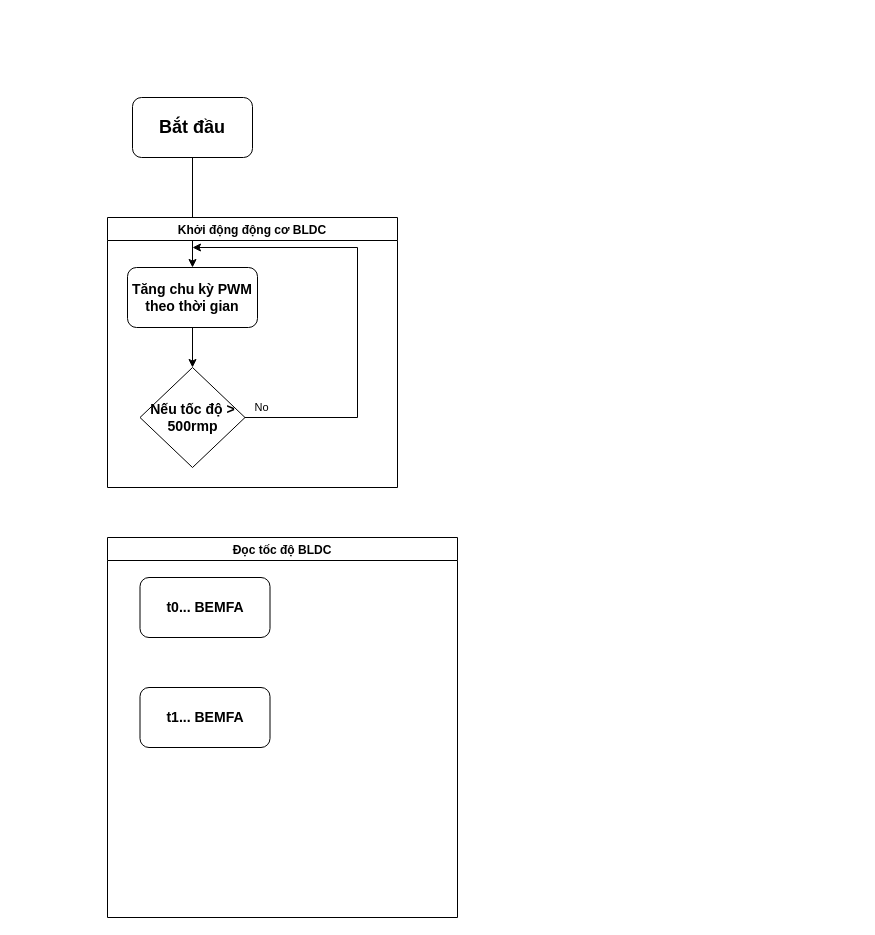
Before: Controller_Sensorless_Diagram.drawio in ducphan2003/demo, a draw.io diagram. Source tidied: cells renumbered, new cells numbered last; positions are measured from the earlier drawing's top-left corner, leaving out a move shared by most shapes. Both pictures are drawn from the tidied source at 100%, with x=0, y=0 at pixel (107, 97).
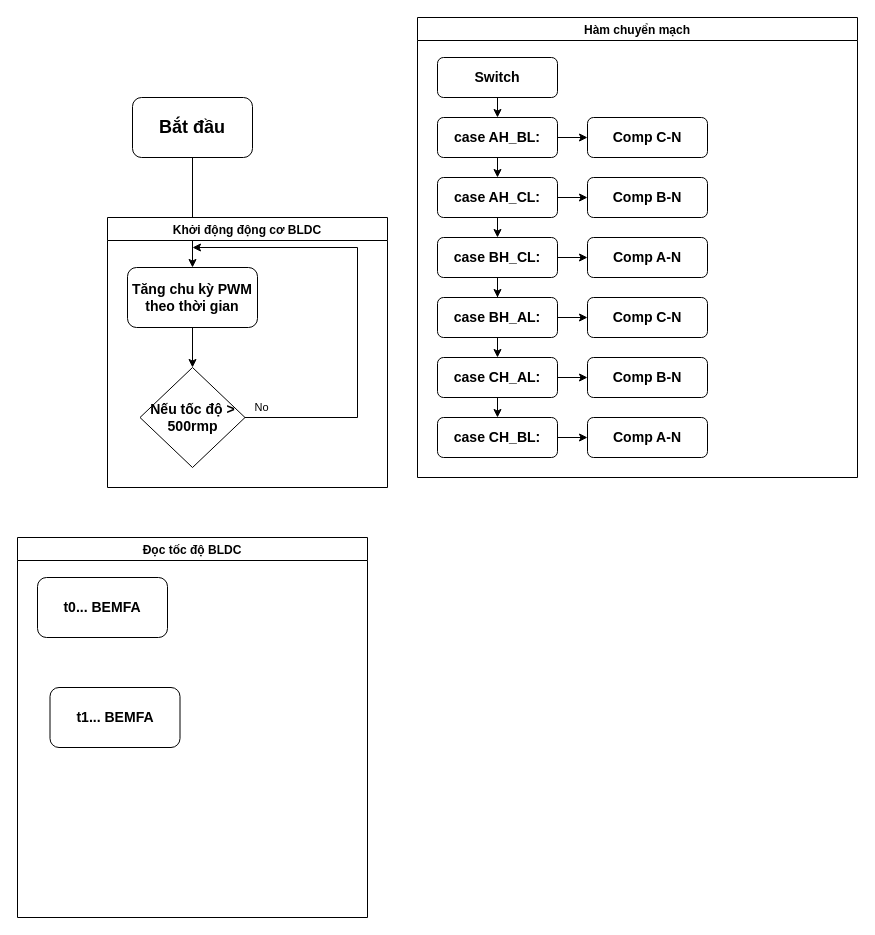
The same page after the edit.

Diff of the diagram source:
```diff
@@
     <mxCell id="4" value="Khởi động động cơ BLDC" style="swimlane;" parent="1" vertex="1">
-      <mxGeometry y="120" width="290" height="270" as="geometry" />
+      <mxGeometry y="120" width="280" height="270" as="geometry" />
     </mxCell>
@@
     <mxCell id="9" value="Đọc tốc độ BLDC" style="swimlane;" parent="1" vertex="1">
-      <mxGeometry y="440" width="350" height="380" as="geometry" />
+      <mxGeometry x="-90" y="440" width="350" height="380" as="geometry" />
     </mxCell>
     <mxCell id="10" value="&lt;h3&gt;t0... BEMFA&lt;/h3&gt;" style="rounded=1;whiteSpace=wrap;html=1;" parent="9" vertex="1">
-      <mxGeometry x="32.5" y="40" width="130" height="60" as="geometry" />
+      <mxGeometry x="20" y="40" width="130" height="60" as="geometry" />
     </mxCell>
@@
+    <mxCell id="12" value="Hàm chuyển mạch" style="swimlane;" parent="1" vertex="1">
+      <mxGeometry x="310" y="-80" width="440" height="460" as="geometry" />
+    </mxCell>
+    <mxCell id="13" style="edgeStyle=orthogonalEdgeStyle;rounded=0;jettySize=auto;html=1;exitX=0.5;exitY=1;exitDx=0;exitDy=0;entryX=0.5;entryY=0;entryDx=0;entryDy=0;" parent="12" edge="1" source="14" target="17">
+      <mxGeometry relative="1" as="geometry" />
+    </mxCell>
+    <mxCell id="14" value="&lt;h3&gt;Switch&lt;/h3&gt;" style="rounded=1;whiteSpace=wrap;html=1;" parent="12" vertex="1">
+      <mxGeometry x="20" y="40" width="120" height="40" as="geometry" />
+    </mxCell>
+    <mxCell id="15" style="edgeStyle=orthogonalEdgeStyle;rounded=0;jettySize=auto;html=1;exitX=0.5;exitY=1;exitDx=0;exitDy=0;entryX=0.5;entryY=0;entryDx=0;entryDy=0;" parent="12" edge="1" source="17" target="20">
+      <mxGeometry relative="1" as="geometry" />
+    </mxCell>
+    <mxCell id="16" style="edgeStyle=orthogonalEdgeStyle;rounded=0;jettySize=auto;html=1;exitX=1;exitY=0.5;exitDx=0;exitDy=0;entryX=0;entryY=0.5;entryDx=0;entryDy=0;" parent="12" edge="1" source="17" target="32">
+      <mxGeometry relative="1" as="geometry" />
+    </mxCell>
+    <mxCell id="17" value="&lt;h3&gt;case AH_BL:&lt;/h3&gt;" style="rounded=1;whiteSpace=wrap;html=1;" parent="12" vertex="1">
+      <mxGeometry x="20" y="100" width="120" height="40" as="geometry" />
+    </mxCell>
+    <mxCell id="18" style="edgeStyle=orthogonalEdgeStyle;rounded=0;jettySize=auto;html=1;exitX=1;exitY=0.5;exitDx=0;exitDy=0;entryX=0;entryY=0.5;entryDx=0;entryDy=0;" parent="12" edge="1" source="20" target="33">
+      <mxGeometry relative="1" as="geometry" />
+    </mxCell>
+    <mxCell id="19" style="edgeStyle=orthogonalEdgeStyle;rounded=0;jettySize=auto;html=1;exitX=0.5;exitY=1;exitDx=0;exitDy=0;entryX=0.5;entryY=0;entryDx=0;entryDy=0;" parent="12" edge="1" source="20" target="29">
+      <mxGeometry relative="1" as="geometry" />
+    </mxCell>
+    <mxCell id="20" value="&lt;h3&gt;case AH_CL:&lt;/h3&gt;" style="rounded=1;whiteSpace=wrap;html=1;" parent="12" vertex="1">
+      <mxGeometry x="20" y="160" width="120" height="40" as="geometry" />
+    </mxCell>
+    <mxCell id="21" style="edgeStyle=orthogonalEdgeStyle;rounded=0;jettySize=auto;html=1;exitX=0.5;exitY=1;exitDx=0;exitDy=0;entryX=0.5;entryY=0;entryDx=0;entryDy=0;" parent="12" edge="1" source="23" target="31">
+      <mxGeometry relative="1" as="geometry" />
+    </mxCell>
+    <mxCell id="22" style="edgeStyle=orthogonalEdgeStyle;rounded=0;jettySize=auto;html=1;exitX=1;exitY=0.5;exitDx=0;exitDy=0;entryX=0;entryY=0.5;entryDx=0;entryDy=0;" parent="12" edge="1" source="23" target="36">
+      <mxGeometry relative="1" as="geometry" />
+    </mxCell>
+    <mxCell id="23" value="&lt;h3&gt;case CH_AL:&lt;/h3&gt;" style="rounded=1;whiteSpace=wrap;html=1;" parent="12" vertex="1">
+      <mxGeometry x="20" y="340" width="120" height="40" as="geometry" />
+    </mxCell>
+    <mxCell id="24" style="edgeStyle=orthogonalEdgeStyle;rounded=0;jettySize=auto;html=1;exitX=1;exitY=0.5;exitDx=0;exitDy=0;entryX=0;entryY=0.5;entryDx=0;entryDy=0;" parent="12" edge="1" source="26" target="35">
+      <mxGeometry relative="1" as="geometry" />
+    </mxCell>
+    <mxCell id="25" style="edgeStyle=orthogonalEdgeStyle;rounded=0;jettySize=auto;html=1;exitX=0.5;exitY=1;exitDx=0;exitDy=0;entryX=0.5;entryY=0;entryDx=0;entryDy=0;" parent="12" edge="1" source="26" target="23">
+      <mxGeometry relative="1" as="geometry" />
+    </mxCell>
+    <mxCell id="26" value="&lt;h3&gt;case BH_AL:&lt;/h3&gt;" style="rounded=1;whiteSpace=wrap;html=1;" parent="12" vertex="1">
+      <mxGeometry x="20" y="280" width="120" height="40" as="geometry" />
+    </mxCell>
+    <mxCell id="27" style="edgeStyle=orthogonalEdgeStyle;rounded=0;jettySize=auto;html=1;exitX=1;exitY=0.5;exitDx=0;exitDy=0;entryX=0;entryY=0.5;entryDx=0;entryDy=0;" parent="12" edge="1" source="29" target="34">
+      <mxGeometry relative="1" as="geometry" />
+    </mxCell>
+    <mxCell id="28" style="edgeStyle=orthogonalEdgeStyle;rounded=0;jettySize=auto;html=1;exitX=0.5;exitY=1;exitDx=0;exitDy=0;" parent="12" edge="1" source="29" target="26">
+      <mxGeometry relative="1" as="geometry" />
+    </mxCell>
+    <mxCell id="29" value="&lt;h3&gt;case BH_CL:&lt;/h3&gt;" style="rounded=1;whiteSpace=wrap;html=1;" parent="12" vertex="1">
+      <mxGeometry x="20" y="220" width="120" height="40" as="geometry" />
+    </mxCell>
+    <mxCell id="30" style="edgeStyle=orthogonalEdgeStyle;rounded=0;jettySize=auto;html=1;exitX=1;exitY=0.5;exitDx=0;exitDy=0;entryX=0;entryY=0.5;entryDx=0;entryDy=0;" parent="12" edge="1" source="31" target="37">
+      <mxGeometry relative="1" as="geometry" />
+    </mxCell>
+    <mxCell id="31" value="&lt;h3&gt;case CH_BL:&lt;/h3&gt;" style="rounded=1;whiteSpace=wrap;html=1;" parent="12" vertex="1">
+      <mxGeometry x="20" y="400" width="120" height="40" as="geometry" />
+    </mxCell>
+    <mxCell id="32" value="&lt;h3&gt;Comp C-N&lt;/h3&gt;" style="rounded=1;whiteSpace=wrap;html=1;" parent="12" vertex="1">
+      <mxGeometry x="170" y="100" width="120" height="40" as="geometry" />
+    </mxCell>
+    <mxCell id="33" value="&lt;h3&gt;Comp B-N&lt;/h3&gt;" style="rounded=1;whiteSpace=wrap;html=1;" parent="12" vertex="1">
+      <mxGeometry x="170" y="160" width="120" height="40" as="geometry" />
+    </mxCell>
+    <mxCell id="34" value="&lt;h3&gt;Comp A-N&lt;/h3&gt;" style="rounded=1;whiteSpace=wrap;html=1;" parent="12" vertex="1">
+      <mxGeometry x="170" y="220" width="120" height="40" as="geometry" />
+    </mxCell>
+    <mxCell id="35" value="&lt;h3&gt;Comp C-N&lt;/h3&gt;" style="rounded=1;whiteSpace=wrap;html=1;" parent="12" vertex="1">
+      <mxGeometry x="170" y="280" width="120" height="40" as="geometry" />
+    </mxCell>
+    <mxCell id="36" value="&lt;h3&gt;Comp B-N&lt;/h3&gt;" style="rounded=1;whiteSpace=wrap;html=1;" parent="12" vertex="1">
+      <mxGeometry x="170" y="340" width="120" height="40" as="geometry" />
+    </mxCell>
+    <mxCell id="37" value="&lt;h3&gt;Comp A-N&lt;/h3&gt;" style="rounded=1;whiteSpace=wrap;html=1;" parent="12" vertex="1">
+      <mxGeometry x="170" y="400" width="120" height="40" as="geometry" />
+    </mxCell>
```
